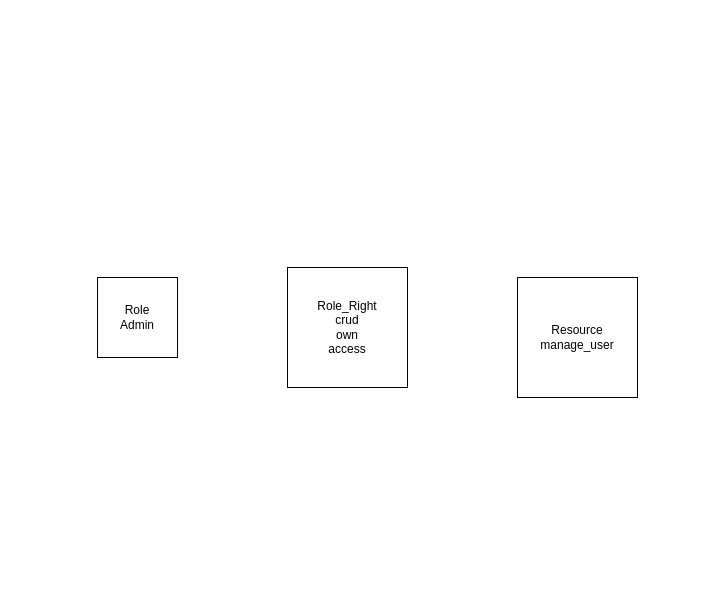
This is Untitled Diagram.drawio from spy7/diagrams, a draw.io file, before an edit. Source tidied: cells renumbered, new cells numbered last; positions are measured from the earlier drawing's top-left corner, leaving out a move shared by most shapes. Both pictures are drawn from the tidied source at 100%, with x=0, y=0 at pixel (97, 267).
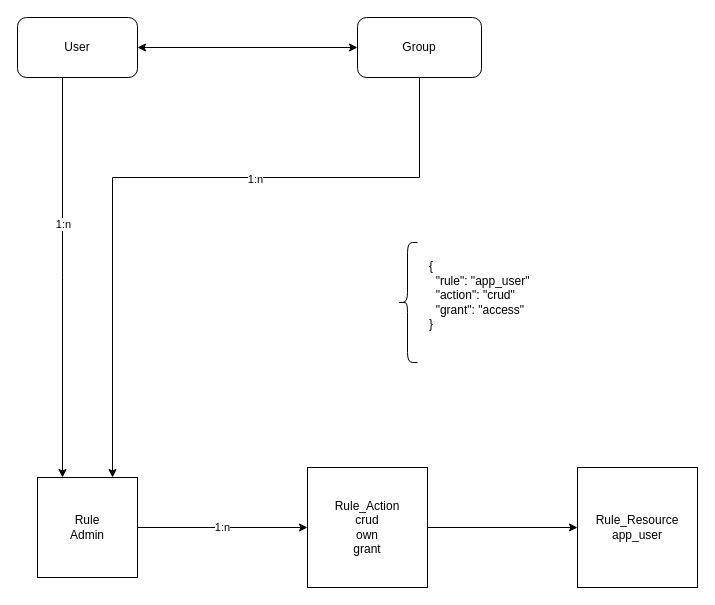
The same diagram, later.

Change to the diagram source:
```diff
@@
 <mxGraphModel>
   <root>
     <mxCell id="0" />
     <mxCell id="1" parent="0" />
-    <mxCell id="2" value="Resource&lt;br&gt;manage_user" style="whiteSpace=wrap;html=1;" parent="1" vertex="1">
-      <mxGeometry x="420" y="10" width="120" height="120" as="geometry" />
+    <mxCell id="2" value="Rule_Resource&lt;br&gt;app_user" style="whiteSpace=wrap;html=1;" parent="1" vertex="1">
+      <mxGeometry x="480" y="200" width="120" height="120" as="geometry" />
     </mxCell>
+    <mxCell id="5" style="edgeStyle=orthogonalEdgeStyle;rounded=0;jettySize=auto;html=1;" parent="1" edge="1" source="3" target="2">
+      <mxGeometry relative="1" as="geometry" />
+    </mxCell>
-    <mxCell id="3" value="Role_Right&lt;br&gt;crud&lt;br&gt;own&lt;br&gt;access" style="whiteSpace=wrap;html=1;" parent="1" vertex="1">
-      <mxGeometry x="190" width="120" height="120" as="geometry" />
+    <mxCell id="3" value="Rule_Action&lt;br&gt;crud&lt;br&gt;own&lt;br&gt;grant" style="whiteSpace=wrap;html=1;" parent="1" vertex="1">
+      <mxGeometry x="210" y="200" width="120" height="120" as="geometry" />
     </mxCell>
+    <mxCell id="6" value="1:n" style="edgeStyle=orthogonalEdgeStyle;rounded=0;jettySize=auto;html=1;startArrow=none;startFill=0;" parent="1" edge="1" source="4" target="3">
+      <mxGeometry relative="1" as="geometry" />
+    </mxCell>
-    <mxCell id="4" value="Role&lt;br&gt;Admin" style="whiteSpace=wrap;html=1;" parent="1" vertex="1">
-      <mxGeometry y="10" width="80" height="80" as="geometry" />
+    <mxCell id="4" value="Rule&lt;br&gt;Admin" style="whiteSpace=wrap;html=1;" parent="1" vertex="1">
+      <mxGeometry x="-60" y="210" width="100" height="100" as="geometry" />
     </mxCell>
+    <mxCell id="7" style="edgeStyle=orthogonalEdgeStyle;rounded=0;jettySize=auto;html=1;startArrow=none;startFill=0;entryX=0.25;entryY=0;entryDx=0;entryDy=0;" parent="1" edge="1" source="9" target="4">
+      <mxGeometry relative="1" as="geometry">
+        <Array as="points">
+          <mxPoint x="-35" y="10" />
+          <mxPoint x="-35" y="10" />
+        </Array>
+      </mxGeometry>
+    </mxCell>
+    <mxCell id="8" value="1:n" style="edgeLabel;html=1;align=center;verticalAlign=middle;" parent="7" vertex="1">
+      <mxGeometry x="-0.27" relative="1" as="geometry" />
+    </mxCell>
+    <mxCell id="9" value="User" style="rounded=1;whiteSpace=wrap;html=1;" parent="1" vertex="1">
+      <mxGeometry x="-80" y="-250" width="120" height="60" as="geometry" />
+    </mxCell>
+    <mxCell id="10" style="edgeStyle=orthogonalEdgeStyle;rounded=0;jettySize=auto;html=1;entryX=1;entryY=0.5;entryDx=0;entryDy=0;startArrow=classic;startFill=1;" parent="1" edge="1" source="13" target="9">
+      <mxGeometry relative="1" as="geometry" />
+    </mxCell>
+    <mxCell id="11" style="edgeStyle=orthogonalEdgeStyle;rounded=0;jettySize=auto;html=1;startArrow=none;startFill=0;entryX=0.75;entryY=0;entryDx=0;entryDy=0;" parent="1" edge="1" source="13" target="4">
+      <mxGeometry relative="1" as="geometry">
+        <Array as="points">
+          <mxPoint x="322" y="-90" />
+          <mxPoint x="15" y="-90" />
+        </Array>
+      </mxGeometry>
+    </mxCell>
+    <mxCell id="12" value="1:n" style="edgeLabel;html=1;align=center;verticalAlign=middle;" parent="11" vertex="1">
+      <mxGeometry x="-0.25" y="1" relative="1" as="geometry" />
+    </mxCell>
+    <mxCell id="13" value="Group" style="rounded=1;whiteSpace=wrap;html=1;" parent="1" vertex="1">
+      <mxGeometry x="260" y="-250" width="124" height="60" as="geometry" />
+    </mxCell>
+    <mxCell id="14" style="shape=curlyBracket;whiteSpace=wrap;html=1;rounded=1;" parent="1" vertex="1">
+      <mxGeometry x="300" y="-25" width="20" height="120" as="geometry" />
+    </mxCell>
+    <mxCell id="15" value="{ &lt;br&gt;&amp;nbsp; &quot;rule&quot;: &quot;app_user&quot;&lt;br&gt;&amp;nbsp; &quot;action&quot;: &quot;crud&quot;&lt;br&gt;&amp;nbsp; &quot;grant&quot;: &quot;access&quot;&lt;br&gt;}&lt;br&gt;&lt;div&gt;&lt;br&gt;&lt;/div&gt;" style="text;html=1;align=left;verticalAlign=middle;strokeColor=none;" parent="1" vertex="1">
+      <mxGeometry x="330" y="-10" width="120" height="90" as="geometry" />
+    </mxCell>
   </root>
 </mxGraphModel>
```
